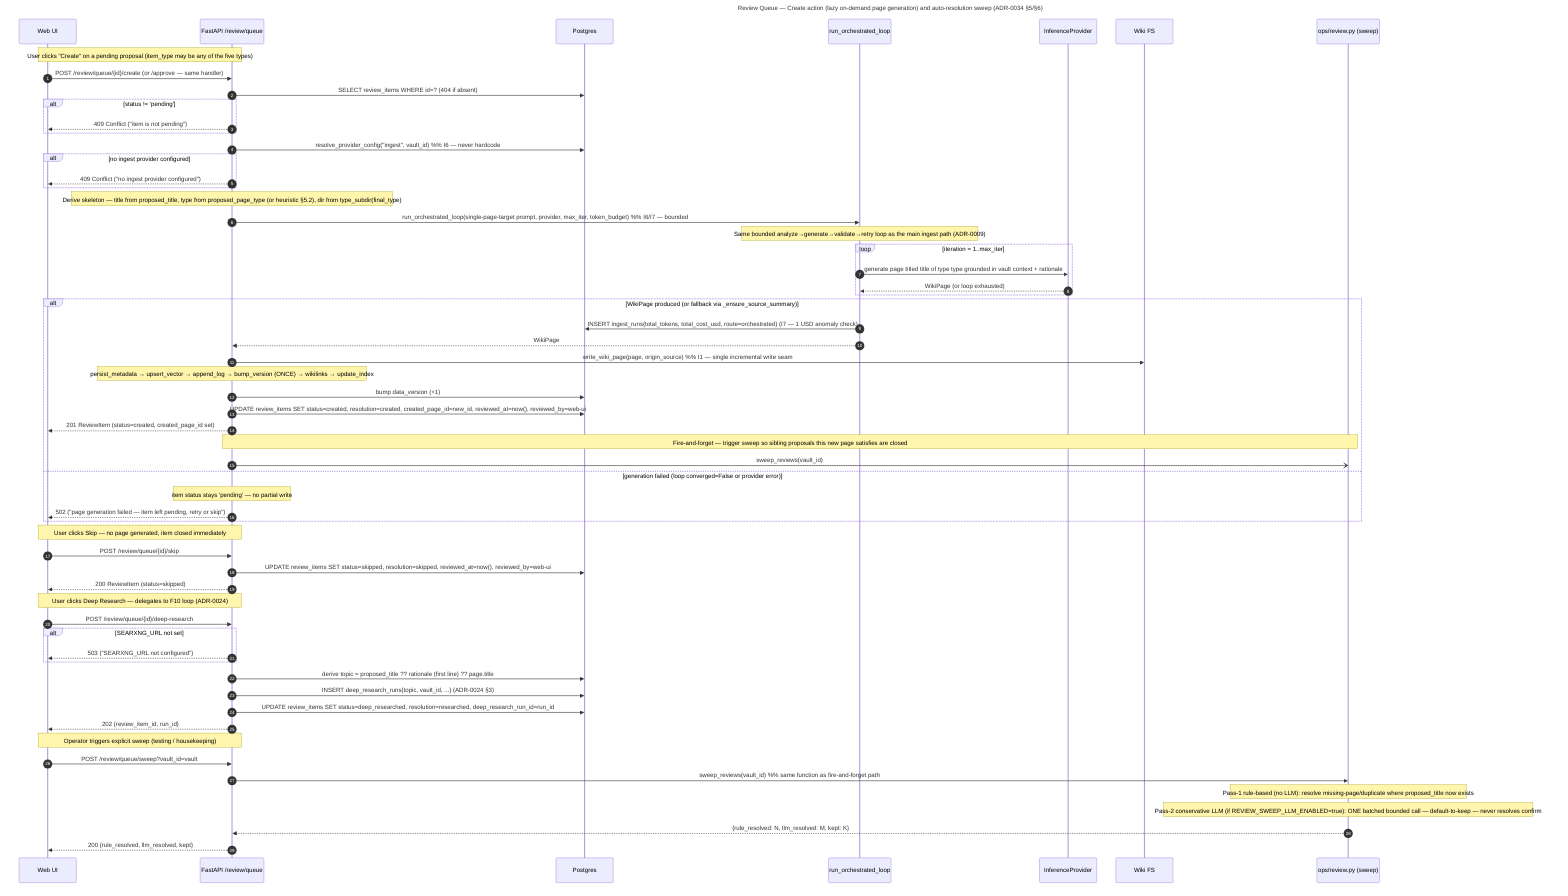
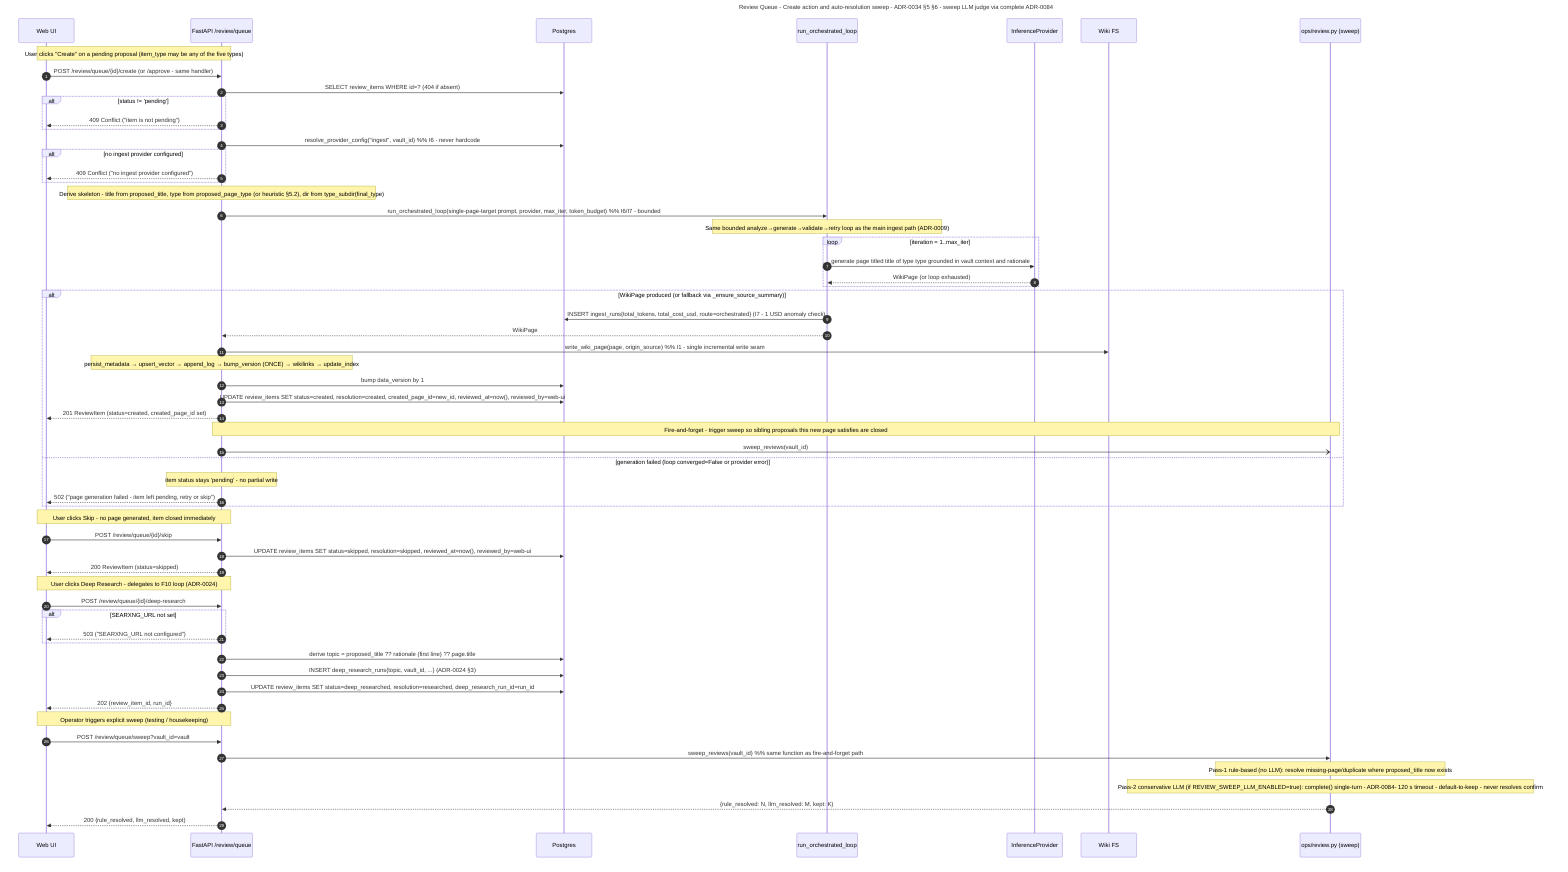
sequenceDiagram
-     %% Generated: v0.5 ADR-0034 | 2026-06-30
-     title Review Queue — Create action (lazy on-demand page generation) and auto-resolution sweep (ADR-0034 §5/§6)
+     %% Generated: v1.7.0 | 2026-07-14 | ADR-0034 · ADR-0079 · ADR-0084 sweep judge via complete()
+     title Review Queue - Create action and auto-resolution sweep - ADR-0034 §5 §6 - sweep LLM judge via complete ADR-0084
    autonumber

    participant U as Web UI
    participant API as FastAPI /review/queue
    participant PG as Postgres
    participant L as run_orchestrated_loop
    participant P as InferenceProvider
    participant FS as Wiki FS
    participant R as ops/review.py (sweep)

    %% Create action
    Note over U,API: User clicks "Create" on a pending proposal (item_type may be any of the five types)
-     U->>API: POST /review/queue/{id}/create  (or /approve — same handler)
+     U->>API: POST /review/queue/{id}/create  (or /approve - same handler)
    API->>PG: SELECT review_items WHERE id=? (404 if absent)
    alt status != 'pending'
        API-->>U: 409 Conflict ("item is not pending")
    end
-     API->>PG: resolve_provider_config("ingest", vault_id)  %% I6 — never hardcode
+     API->>PG: resolve_provider_config("ingest", vault_id)  %% I6 - never hardcode
    alt no ingest provider configured
        API-->>U: 409 Conflict ("no ingest provider configured")
    end

-     Note over API: Derive skeleton — title from proposed_title, type from proposed_page_type (or heuristic §5.2), dir from type_subdir(final_type)
-     API->>L: run_orchestrated_loop(single-page-target prompt, provider, max_iter, token_budget)  %% I6/I7 — bounded
+     Note over API: Derive skeleton - title from proposed_title, type from proposed_page_type (or heuristic §5.2), dir from type_subdir(final_type)
+     API->>L: run_orchestrated_loop(single-page-target prompt, provider, max_iter, token_budget)  %% I6/I7 - bounded
    Note over L: Same bounded analyze→generate→validate→retry loop as the main ingest path (ADR-0009)
    loop iteration = 1..max_iter
-         L->>P: generate page titled title of type type grounded in vault context + rationale
+         L->>P: generate page titled title of type type grounded in vault context and rationale
        P-->>L: WikiPage (or loop exhausted)
    end

    alt WikiPage produced (or fallback via _ensure_source_summary)
-         L->>PG: INSERT ingest_runs{total_tokens, total_cost_usd, route=orchestrated} (I7 — 1 USD anomaly check)
+         L->>PG: INSERT ingest_runs{total_tokens, total_cost_usd, route=orchestrated} (I7 - 1 USD anomaly check)
        L-->>API: WikiPage
-         API->>FS: write_wiki_page(page, origin_source)  %% I1 — single incremental write seam
+         API->>FS: write_wiki_page(page, origin_source)  %% I1 - single incremental write seam
        Note over API: persist_metadata → upsert_vector → append_log → bump_version (ONCE) → wikilinks → update_index
-         API->>PG: bump data_version (+1)
+         API->>PG: bump data_version by 1
        API->>PG: UPDATE review_items SET status=created, resolution=created, created_page_id=new_id, reviewed_at=now(), reviewed_by=web-ui
        API-->>U: 201 ReviewItem (status=created, created_page_id set)
-         Note over API,R: Fire-and-forget — trigger sweep so sibling proposals this new page satisfies are closed
+         Note over API,R: Fire-and-forget - trigger sweep so sibling proposals this new page satisfies are closed
        API-)R: sweep_reviews(vault_id)
    else generation failed (loop converged=False or provider error)
-         Note over API: item status stays 'pending' — no partial write
-         API-->>U: 502 ("page generation failed — item left pending, retry or skip")
+         Note over API: item status stays 'pending' - no partial write
+         API-->>U: 502 ("page generation failed - item left pending, retry or skip")
    end

    %% Skip action (unchanged from ADR-0025 contract)
-     Note over U,API: User clicks Skip — no page generated, item closed immediately
+     Note over U,API: User clicks Skip - no page generated, item closed immediately
    U->>API: POST /review/queue/{id}/skip
    API->>PG: UPDATE review_items SET status=skipped, resolution=skipped, reviewed_at=now(), reviewed_by=web-ui
    API-->>U: 200 ReviewItem (status=skipped)

    %% Deep Research action (topic now from proposed_title / rationale, not pre_generated_query)
-     Note over U,API: User clicks Deep Research — delegates to F10 loop (ADR-0024)
+     Note over U,API: User clicks Deep Research - delegates to F10 loop (ADR-0024)
    U->>API: POST /review/queue/{id}/deep-research
    alt SEARXNG_URL not set
        API-->>U: 503 ("SEARXNG_URL not configured")
    end
    API->>PG: derive topic = proposed_title ?? rationale (first line) ?? page.title
    API->>PG: INSERT deep_research_runs{topic, vault_id, ...} (ADR-0024 §3)
    API->>PG: UPDATE review_items SET status=deep_researched, resolution=researched, deep_research_run_id=run_id
    API-->>U: 202 {review_item_id, run_id}

    %% Manual sweep
    Note over U,API: Operator triggers explicit sweep (testing / housekeeping)
    U->>API: POST /review/queue/sweep?vault_id=vault
    API->>R: sweep_reviews(vault_id)  %% same function as fire-and-forget path
    Note over R: Pass-1 rule-based (no LLM): resolve missing-page/duplicate where proposed_title now exists
-     Note over R: Pass-2 conservative LLM (if REVIEW_SWEEP_LLM_ENABLED=true): ONE batched bounded call — default-to-keep — never resolves confirm
+     Note over R: Pass-2 conservative LLM (if REVIEW_SWEEP_LLM_ENABLED=true): complete() single-turn - ADR-0084- 120 s timeout - default-to-keep - never resolves confirm
    R-->>API: {rule_resolved: N, llm_resolved: M, kept: K}
    API-->>U: 200 {rule_resolved, llm_resolved, kept}
